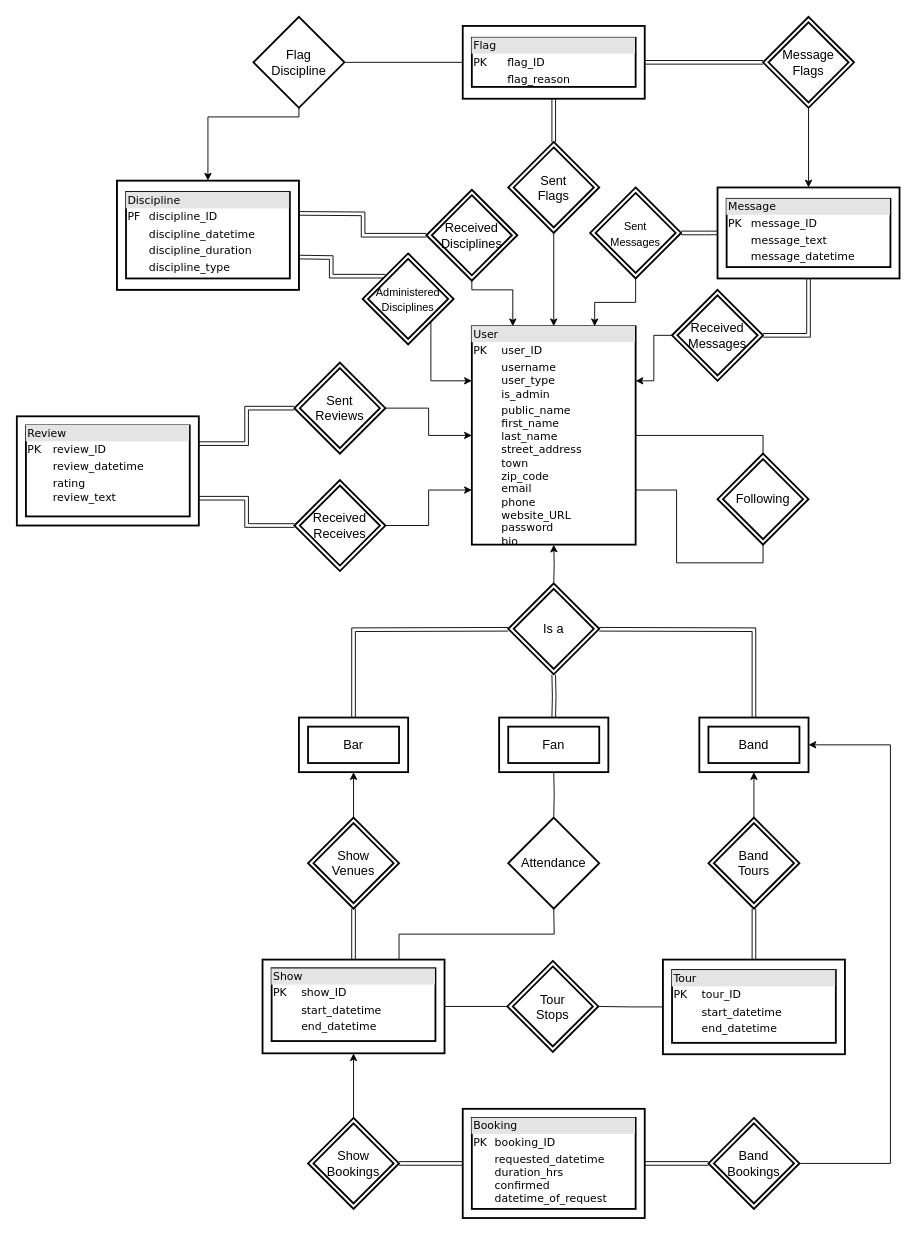
The draw.io diagram Design Document/er_diagram.drawio in nrwhite88/csc499, before the edit. Source tidied: cells renumbered, new cells numbered last; positions are measured from the earlier drawing's top-left corner, leaving out a move shared by most shapes. Both pictures are drawn from the tidied source at 91%, with x=0, y=0 at pixel (16, 16).
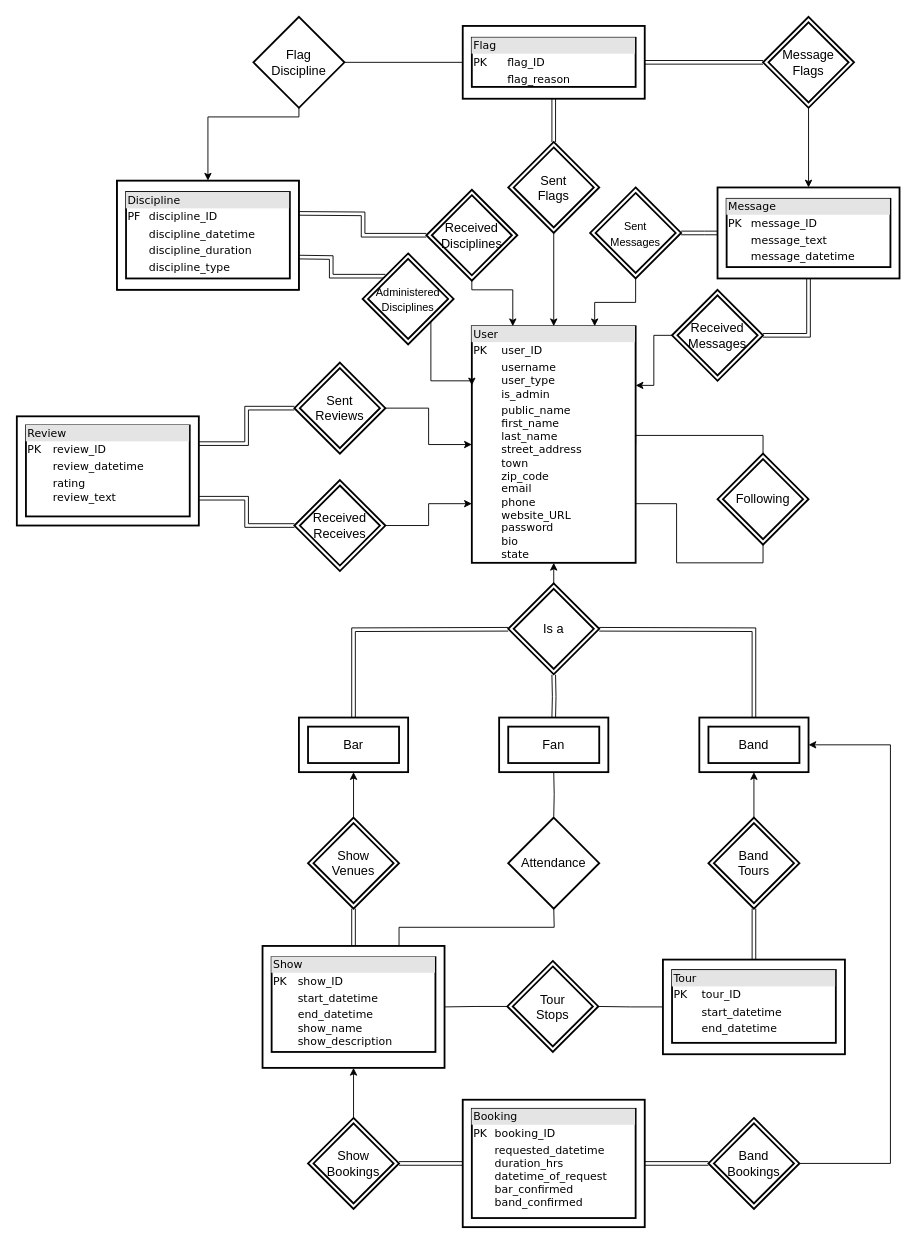
The same page after the edit.

Change to the diagram source:
```diff
@@
-    <mxCell id="6" value="&lt;div style=&quot;box-sizing: border-box ; width: 100% ; background: #e4e4e4 ; padding: 2px&quot;&gt;User&lt;/div&gt;&lt;table style=&quot;width: 100% ; font-size: 1em&quot; cellpadding=&quot;2&quot; cellspacing=&quot;0&quot;&gt;&lt;tbody&gt;&lt;tr&gt;&lt;td&gt;PK&lt;/td&gt;&lt;td&gt;user_ID&lt;/td&gt;&lt;/tr&gt;&lt;tr&gt;&lt;td&gt;&lt;br&gt;&lt;/td&gt;&lt;td&gt;username&lt;br&gt;user_type&lt;br&gt;is_admin&lt;/td&gt;&lt;/tr&gt;&lt;tr&gt;&lt;td&gt;&lt;/td&gt;&lt;td&gt;public_name&lt;br&gt;first_name&lt;br&gt;last_name&lt;br&gt;street_address&lt;br&gt;town&lt;br&gt;zip_code&lt;br&gt;email&lt;br&gt;phone&lt;br&gt;website_URL&lt;br&gt;password&lt;br&gt;bio&lt;br&gt;&lt;/td&gt;&lt;/tr&gt;&lt;tr&gt;&lt;td&gt;&lt;/td&gt;&lt;td&gt;&lt;/td&gt;&lt;/tr&gt;&lt;/tbody&gt;&lt;/table&gt;" style="verticalAlign=top;align=left;overflow=fill;html=1;rounded=0;shadow=0;comic=0;labelBackgroundColor=none;strokeColor=#000000;strokeWidth=2;fillColor=#ffffff;fontFamily=Verdana;fontSize=12;fontColor=#000000;" parent="1" vertex="1">
-      <mxGeometry x="500" y="340" width="180" height="240" as="geometry" />
+    <mxCell id="6" value="&lt;div style=&quot;box-sizing: border-box ; width: 100% ; background: #e4e4e4 ; padding: 2px&quot;&gt;User&lt;/div&gt;&lt;table style=&quot;width: 100% ; font-size: 1em&quot; cellpadding=&quot;2&quot; cellspacing=&quot;0&quot;&gt;&lt;tbody&gt;&lt;tr&gt;&lt;td&gt;PK&lt;/td&gt;&lt;td&gt;user_ID&lt;/td&gt;&lt;/tr&gt;&lt;tr&gt;&lt;td&gt;&lt;br&gt;&lt;/td&gt;&lt;td&gt;username&lt;br&gt;user_type&lt;br&gt;is_admin&lt;/td&gt;&lt;/tr&gt;&lt;tr&gt;&lt;td&gt;&lt;/td&gt;&lt;td&gt;public_name&lt;br&gt;first_name&lt;br&gt;last_name&lt;br&gt;street_address&lt;br&gt;town&lt;br&gt;zip_code&lt;br&gt;email&lt;br&gt;phone&lt;br&gt;website_URL&lt;br&gt;password&lt;br&gt;bio&lt;br&gt;state&lt;/td&gt;&lt;/tr&gt;&lt;tr&gt;&lt;td&gt;&lt;/td&gt;&lt;td&gt;&lt;/td&gt;&lt;/tr&gt;&lt;/tbody&gt;&lt;/table&gt;" style="verticalAlign=top;align=left;overflow=fill;html=1;rounded=0;shadow=0;comic=0;labelBackgroundColor=none;strokeColor=#000000;strokeWidth=2;fillColor=#ffffff;fontFamily=Verdana;fontSize=12;fontColor=#000000;" parent="1" vertex="1">
+      <mxGeometry x="500" y="340" width="180" height="260" as="geometry" />
     </mxCell>
@@
-    <mxCell id="68" style="group;" parent="1" vertex="1">
-      <mxGeometry x="270" y="1036" width="200" height="103" as="geometry" />
-    </mxCell>
-    <mxCell id="69" value="&lt;div style=&quot;box-sizing: border-box ; width: 100% ; background: #e4e4e4 ; padding: 2px&quot;&gt;Show&lt;/div&gt;&lt;table style=&quot;width: 100% ; font-size: 1em&quot; cellpadding=&quot;2&quot; cellspacing=&quot;0&quot;&gt;&lt;tbody&gt;&lt;tr&gt;&lt;td&gt;PK&lt;/td&gt;&lt;td&gt;show_ID&lt;/td&gt;&lt;/tr&gt;&lt;tr&gt;&lt;td&gt;&lt;br&gt;&lt;/td&gt;&lt;td&gt;start_datetime&lt;/td&gt;&lt;/tr&gt;&lt;tr&gt;&lt;td&gt;&lt;br&gt;&lt;/td&gt;&lt;td&gt;end_datetime&lt;br&gt;&lt;/td&gt;&lt;/tr&gt;&lt;tr&gt;&lt;td&gt;&lt;br&gt;&lt;/td&gt;&lt;td&gt;&lt;br&gt;&lt;/td&gt;&lt;/tr&gt;&lt;tr&gt;&lt;td&gt;&lt;br&gt;&lt;/td&gt;&lt;td&gt;&lt;br&gt;&lt;/td&gt;&lt;/tr&gt;&lt;tr&gt;&lt;td&gt;&lt;br&gt;&lt;/td&gt;&lt;td&gt;&lt;br&gt;&lt;/td&gt;&lt;/tr&gt;&lt;/tbody&gt;&lt;/table&gt;" style="verticalAlign=top;align=left;overflow=fill;html=1;rounded=0;shadow=0;comic=0;labelBackgroundColor=none;strokeColor=#000000;strokeWidth=2;fillColor=#ffffff;fontFamily=Verdana;fontSize=12;fontColor=#000000;" parent="68" vertex="1">
-      <mxGeometry x="10" y="9.5" width="180" height="80" as="geometry" />
-    </mxCell>
-    <mxCell id="70" style="rounded=0;whiteSpace=wrap;html=1;shadow=0;glass=0;comic=0;strokeColor=#000000;strokeWidth=2;fillColor=none;" parent="68" vertex="1">
-      <mxGeometry width="200" height="103" as="geometry" />
-    </mxCell>
@@
-    <mxCell id="75" style="group;" parent="1" vertex="1">
-      <mxGeometry x="490" y="1200" width="200" height="120" as="geometry" />
-    </mxCell>
-    <mxCell id="76" style="group;strokeWidth=2;" parent="75" vertex="1">
-      <mxGeometry width="200" height="120" as="geometry" />
-    </mxCell>
-    <mxCell id="77" value="&lt;div style=&quot;box-sizing: border-box ; width: 100% ; background: #e4e4e4 ; padding: 2px&quot;&gt;Booking&lt;/div&gt;&lt;table style=&quot;width: 100% ; font-size: 1em&quot; cellpadding=&quot;2&quot; cellspacing=&quot;0&quot;&gt;&lt;tbody&gt;&lt;tr&gt;&lt;td&gt;PK&lt;/td&gt;&lt;td&gt;booking_ID&lt;/td&gt;&lt;/tr&gt;&lt;tr&gt;&lt;td&gt;&lt;/td&gt;&lt;td&gt;requested_datetime&lt;br&gt;duration_hrs&lt;br&gt;confirmed&lt;br&gt;datetime_of_request&lt;/td&gt;&lt;/tr&gt;&lt;tr&gt;&lt;td&gt;&lt;br&gt;&lt;/td&gt;&lt;td&gt;&lt;br&gt;&lt;/td&gt;&lt;/tr&gt;&lt;tr&gt;&lt;td&gt;&lt;br&gt;&lt;/td&gt;&lt;td&gt;&lt;br&gt;&lt;/td&gt;&lt;/tr&gt;&lt;tr&gt;&lt;td&gt;&lt;br&gt;&lt;/td&gt;&lt;td&gt;&lt;br&gt;&lt;/td&gt;&lt;/tr&gt;&lt;/tbody&gt;&lt;/table&gt;" style="verticalAlign=top;align=left;overflow=fill;html=1;rounded=0;shadow=0;comic=0;labelBackgroundColor=none;strokeColor=#000000;strokeWidth=2;fillColor=#ffffff;fontFamily=Verdana;fontSize=12;fontColor=#000000;" parent="76" vertex="1">
-      <mxGeometry x="10" y="10" width="180" height="100" as="geometry" />
-    </mxCell>
-    <mxCell id="78" style="rounded=0;whiteSpace=wrap;html=1;shadow=0;glass=0;comic=0;strokeColor=#000000;strokeWidth=2;fillColor=none;" parent="76" vertex="1">
-      <mxGeometry width="200" height="120" as="geometry" />
-    </mxCell>
@@
+    <mxCell id="91" style="group;" parent="1" vertex="1">
+      <mxGeometry x="490" y="1190" width="200" height="140" as="geometry" />
+    </mxCell>
+    <mxCell id="78" style="rounded=0;whiteSpace=wrap;html=1;shadow=0;glass=0;comic=0;strokeColor=#000000;strokeWidth=2;fillColor=none;" parent="91" vertex="1">
+      <mxGeometry width="200" height="140" as="geometry" />
+    </mxCell>
+    <mxCell id="77" value="&lt;div style=&quot;box-sizing: border-box ; width: 100% ; background: #e4e4e4 ; padding: 2px&quot;&gt;Booking&lt;/div&gt;&lt;table style=&quot;width: 100% ; font-size: 1em&quot; cellpadding=&quot;2&quot; cellspacing=&quot;0&quot;&gt;&lt;tbody&gt;&lt;tr&gt;&lt;td&gt;PK&lt;/td&gt;&lt;td&gt;booking_ID&lt;/td&gt;&lt;/tr&gt;&lt;tr&gt;&lt;td&gt;&lt;/td&gt;&lt;td&gt;requested_datetime&lt;br&gt;duration_hrs&lt;br&gt;datetime_of_request&lt;br&gt;bar_confirmed&lt;br&gt;band_confirmed&lt;br&gt;&lt;/td&gt;&lt;/tr&gt;&lt;tr&gt;&lt;td&gt;&lt;br&gt;&lt;/td&gt;&lt;td&gt;&lt;br&gt;&lt;/td&gt;&lt;/tr&gt;&lt;tr&gt;&lt;td&gt;&lt;br&gt;&lt;/td&gt;&lt;td&gt;&lt;br&gt;&lt;/td&gt;&lt;/tr&gt;&lt;tr&gt;&lt;td&gt;&lt;br&gt;&lt;/td&gt;&lt;td&gt;&lt;br&gt;&lt;/td&gt;&lt;/tr&gt;&lt;/tbody&gt;&lt;/table&gt;" style="verticalAlign=top;align=left;overflow=fill;html=1;rounded=0;shadow=0;comic=0;labelBackgroundColor=none;strokeColor=#000000;strokeWidth=2;fillColor=#ffffff;fontFamily=Verdana;fontSize=12;fontColor=#000000;" parent="91" vertex="1">
+      <mxGeometry x="10" y="10" width="180" height="120" as="geometry" />
+    </mxCell>
+    <mxCell id="92" style="group;fontStyle=4;" parent="1" vertex="1">
+      <mxGeometry x="270" y="1021" width="200" height="134" as="geometry" />
+    </mxCell>
+    <mxCell id="93" style="group;" parent="92" vertex="1">
+      <mxGeometry width="200" height="134" as="geometry" />
+    </mxCell>
+    <mxCell id="70" style="rounded=0;whiteSpace=wrap;html=1;shadow=0;glass=0;comic=0;strokeColor=#000000;strokeWidth=2;fillColor=none;" parent="93" vertex="1">
+      <mxGeometry width="200" height="134" as="geometry" />
+    </mxCell>
+    <mxCell id="69" value="&lt;div style=&quot;box-sizing: border-box ; width: 100% ; background: #e4e4e4 ; padding: 2px&quot;&gt;Show&lt;/div&gt;&lt;table style=&quot;width: 100% ; font-size: 1em&quot; cellpadding=&quot;2&quot; cellspacing=&quot;0&quot;&gt;&lt;tbody&gt;&lt;tr&gt;&lt;td&gt;PK&lt;/td&gt;&lt;td&gt;show_ID&lt;/td&gt;&lt;/tr&gt;&lt;tr&gt;&lt;td&gt;&lt;br&gt;&lt;/td&gt;&lt;td&gt;start_datetime&lt;/td&gt;&lt;/tr&gt;&lt;tr&gt;&lt;td&gt;&lt;br&gt;&lt;/td&gt;&lt;td&gt;end_datetime&lt;br&gt;show_name&lt;br&gt;show_description&lt;/td&gt;&lt;/tr&gt;&lt;tr&gt;&lt;td&gt;&lt;br&gt;&lt;/td&gt;&lt;td&gt;&lt;br&gt;&lt;/td&gt;&lt;/tr&gt;&lt;tr&gt;&lt;td&gt;&lt;br&gt;&lt;/td&gt;&lt;td&gt;&lt;br&gt;&lt;/td&gt;&lt;/tr&gt;&lt;tr&gt;&lt;td&gt;&lt;br&gt;&lt;/td&gt;&lt;td&gt;&lt;br&gt;&lt;/td&gt;&lt;/tr&gt;&lt;/tbody&gt;&lt;/table&gt;" style="verticalAlign=top;align=left;overflow=fill;html=1;rounded=0;shadow=0;comic=0;labelBackgroundColor=none;strokeColor=#000000;strokeWidth=2;fillColor=#ffffff;fontFamily=Verdana;fontSize=12;fontColor=#000000;" parent="93" vertex="1">
+      <mxGeometry x="10" y="12.4" width="180" height="104.1" as="geometry" />
+    </mxCell>
```
